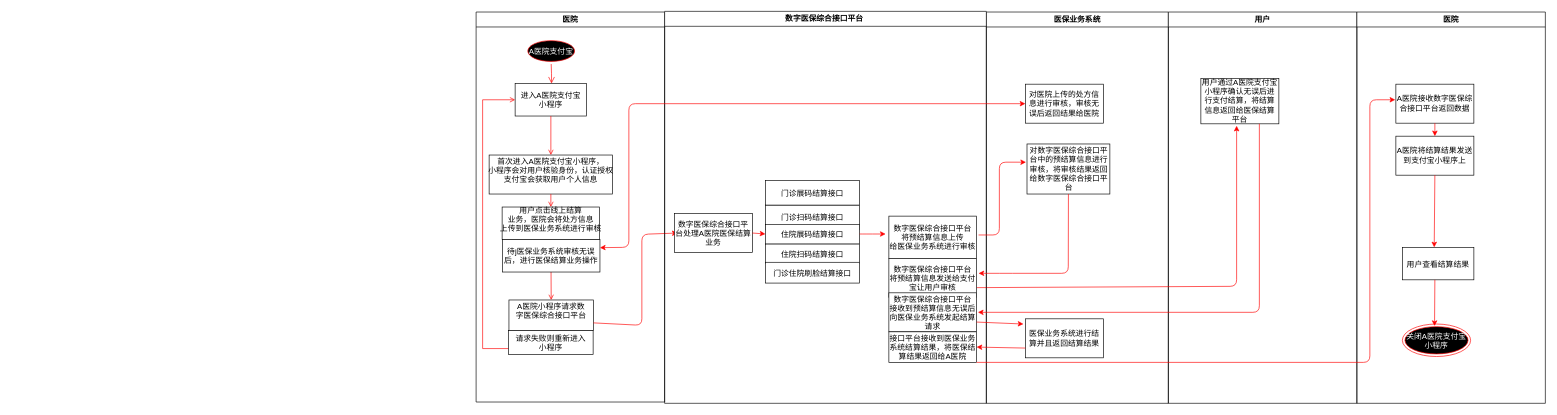
yangyutf/Springscxx keeps this draw.io diagram as scis-master/Untitled Diagram.drawio. Above is the earlier version. Source tidied: cells renumbered, new cells numbered last; positions are measured from the earlier drawing's top-left corner, leaving out a move shared by most shapes. Both pictures are drawn from the tidied source at 65%, with x=0, y=0 at pixel (476, 11).
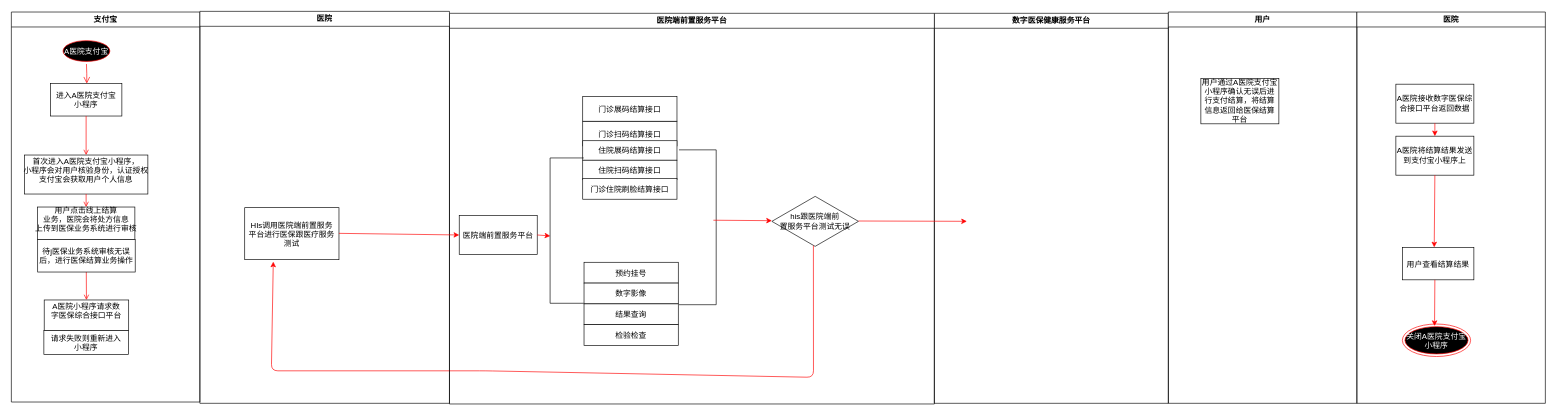
Above is the later version.

Unchanged cells that the change refers to:
```xml
<mxCell id="5" value="进入A医院支付宝&#10;小程序" parent="2" vertex="1">
  <mxGeometry x="60" y="110" width="110" height="50" as="geometry" />
</mxCell>
<mxCell id="8" value="A医院小程序请求数&#10;字医保综合接口平台&#10;" parent="2" vertex="1">
  <mxGeometry x="50.5" y="443" width="130" height="47" as="geometry" />
</mxCell>
<mxCell id="11" value="请求失败则重新进入&#10;小程序" parent="2" vertex="1">
  <mxGeometry x="50" y="490" width="130" height="37" as="geometry" />
</mxCell>
<mxCell id="15" value="待j医保业务系统审核无误&#10;后，进行医保结算业务操作" parent="2" vertex="1">
  <mxGeometry x="40.5" y="350" width="150" height="50" as="geometry" />
</mxCell>
<mxCell id="21" value="用户" style="swimlane;whiteSpace=wrap;" parent="1" vertex="1">
  <mxGeometry x="1065" y="1" width="290" height="602" as="geometry" />
</mxCell>
<mxCell id="41" value="&lt;font color=&quot;#000000&quot;&gt;A医院接收数字医保综合接口平台返回数据&lt;/font&gt;" style="whiteSpace=wrap;html=1;fontColor=#FFFFFF;" parent="38" vertex="1">
  <mxGeometry x="60" y="111" width="120" height="60" as="geometry" />
</mxCell>
<mxCell id="47" value="&lt;font color=&quot;#000000&quot;&gt;用户通过A医院支付宝小程序确认无误后进行支付结算，将结算信息返回给医保结算&lt;br&gt;平台&lt;br&gt;&lt;/font&gt;" style="whiteSpace=wrap;html=1;fontColor=#FFFFFF;" parent="1" vertex="1">
  <mxGeometry x="1115" y="103" width="120" height="70" as="geometry" />
</mxCell>
```

The edit, as a diff of the source:
```diff
@@
-    <mxCell id="2" value="医院" style="swimlane;whiteSpace=wrap;startSize=23;" parent="1" vertex="1">
-      <mxGeometry y="1" width="290" height="600" as="geometry" />
+    <mxCell id="2" value="支付宝" style="swimlane;whiteSpace=wrap;startSize=23;" parent="1" vertex="1">
+      <mxGeometry x="-715" y="1" width="290" height="600" as="geometry" />
     </mxCell>
@@
-    <mxCell id="10" style="edgeStyle=elbowEdgeStyle;elbow=horizontal;strokeColor=#FF0000;endArrow=open;endFill=1;rounded=0;exitX=0;exitY=0.75;exitDx=0;exitDy=0;" parent="2" edge="1" source="11" target="5">
-      <mxGeometry relative="1" as="geometry">
-        <Array as="points">
-          <mxPoint x="10" y="460" />
-          <mxPoint x="10" y="323" />
-          <mxPoint x="36" y="362" />
-          <mxPoint x="36" y="352" />
-          <mxPoint x="30" y="362" />
-          <mxPoint x="30" y="250" />
-        </Array>
-      </mxGeometry>
-    </mxCell>
@@
-    <mxCell id="14" style="endArrow=classic;html=1;strokeColor=#FF0000;fontColor=#FFFFFF;exitX=1;exitY=0.75;exitDx=0;exitDy=0;" parent="2" edge="1" source="8">
-      <mxGeometry relative="1" as="geometry">
-        <mxPoint x="310" y="340" as="targetPoint" />
-        <Array as="points">
-          <mxPoint x="255" y="482" />
-          <mxPoint x="255" y="342" />
-        </Array>
-      </mxGeometry>
-    </mxCell>
@@
-    <mxCell id="16" value="医保业务系统" style="swimlane;whiteSpace=wrap;" parent="1" vertex="1">
-      <mxGeometry x="785" y="1" width="280" height="602" as="geometry" />
+    <mxCell id="16" value="数字医保健康服务平台" style="swimlane;whiteSpace=wrap;" parent="1" vertex="1">
+      <mxGeometry x="705" y="3" width="360" height="600" as="geometry" />
     </mxCell>
-    <mxCell id="17" value="&lt;font color=&quot;#000000&quot;&gt;对医院上传的处方信息进行审核，审核无误后返回结果给医院&lt;/font&gt;" style="whiteSpace=wrap;html=1;fontColor=#FFFFFF;" parent="16" vertex="1">
-      <mxGeometry x="60" y="111" width="120" height="60" as="geometry" />
-    </mxCell>
-    <mxCell id="18" style="endArrow=classic;html=1;strokeColor=#FF0000;fontColor=#FFFFFF;exitX=0.5;exitY=1;exitDx=0;exitDy=0;entryX=0.5;entryY=0;entryDx=0;entryDy=0;" parent="16" edge="1" source="17">
+    <mxCell id="18" style="endArrow=classic;html=1;strokeColor=#FF0000;fontColor=#FFFFFF;exitX=0.5;exitY=1;exitDx=0;exitDy=0;entryX=0.5;entryY=0;entryDx=0;entryDy=0;" parent="16" edge="1">
       <mxGeometry relative="1" as="geometry">
+        <mxPoint x="120" y="171" as="sourcePoint" />
         <mxPoint x="120" y="171" as="targetPoint" />
       </mxGeometry>
     </mxCell>
-    <mxCell id="19" value="&lt;font color=&quot;#000000&quot;&gt;对数字医保综合接口平台中的预结算信息进行审核，将审核结果返回给数字医保综合接口平台&lt;br&gt;&lt;/font&gt;" style="whiteSpace=wrap;html=1;fontColor=#FFFFFF;" parent="16" vertex="1">
-      <mxGeometry x="62.5" y="203" width="127.5" height="77" as="geometry" />
-    </mxCell>
-    <mxCell id="20" value="&lt;font color=&quot;#000000&quot;&gt;医保业务系统进行结算并且返回结算结果&lt;/font&gt;" style="whiteSpace=wrap;html=1;fontColor=#FFFFFF;" parent="16" vertex="1">
-      <mxGeometry x="60" y="472" width="120" height="60" as="geometry" />
-    </mxCell>
@@
-    <mxCell id="22" style="endArrow=classic;html=1;strokeColor=#FF0000;fontColor=#FFFFFF;exitX=1;exitY=0.75;exitDx=0;exitDy=0;" parent="21" edge="1" source="34">
-      <mxGeometry relative="1" as="geometry">
-        <mxPoint x="105" y="175" as="targetPoint" />
-        <Array as="points">
-          <mxPoint x="105" y="422" />
-        </Array>
-      </mxGeometry>
-    </mxCell>
-    <mxCell id="23" style="edgeStyle=orthogonalEdgeStyle;rounded=0;jettySize=auto;html=1;exitX=0;exitY=0.25;exitDx=0;exitDy=0;strokeColor=#FF0000;fontColor=#FFFFFF;" parent="1" edge="1" source="24">
-      <mxGeometry relative="1" as="geometry">
-        <mxPoint x="290" y="151" as="targetPoint" />
-      </mxGeometry>
-    </mxCell>
-    <mxCell id="24" value="数字医保综合接口平台 " style="swimlane;whiteSpace=wrap;" parent="1" vertex="1">
-      <mxGeometry x="290" width="495" height="603" as="geometry" />
+    <mxCell id="24" value="医院端前置服务平台" style="swimlane;whiteSpace=wrap;" parent="1" vertex="1">
+      <mxGeometry x="-41" y="3" width="746" height="601" as="geometry" />
     </mxCell>
     <mxCell id="25" value="门诊扫码结算接口" parent="24" vertex="1">
-      <mxGeometry x="155" y="298" width="145" height="38" as="geometry" />
+      <mxGeometry x="205" y="166" width="145" height="38" as="geometry" />
     </mxCell>
     <mxCell id="26" value="住院展码结算接口" parent="24" vertex="1">
-      <mxGeometry x="155" y="328" width="145" height="30" as="geometry" />
+      <mxGeometry x="205" y="196" width="145" height="30" as="geometry" />
     </mxCell>
     <mxCell id="27" value="住院扫码结算接口" parent="24" vertex="1">
-      <mxGeometry x="155" y="358" width="145" height="30" as="geometry" />
+      <mxGeometry x="205" y="226" width="145" height="30" as="geometry" />
     </mxCell>
     <mxCell id="28" value="门诊住院刷脸结算接口" parent="24" vertex="1">
-      <mxGeometry x="155" y="386" width="145" height="32" as="geometry" />
+      <mxGeometry x="205" y="254" width="145" height="32" as="geometry" />
     </mxCell>
-    <mxCell id="29" value="数字医保综合接口平台&#10;将预结算信息上传&#10;给医保业务系统进行审核" parent="24" vertex="1">
-      <mxGeometry x="345" y="315" width="135" height="65" as="geometry" />
-    </mxCell>
     <mxCell id="30" value="门诊展码结算接口" parent="24" vertex="1">
-      <mxGeometry x="155" y="260" width="145" height="38" as="geometry" />
+      <mxGeometry x="205" y="128" width="145" height="38" as="geometry" />
     </mxCell>
-    <mxCell id="31" style="endArrow=classic;html=1;strokeColor=#FF0000;fontColor=#FFFFFF;" parent="24" edge="1">
-      <mxGeometry relative="1" as="geometry">
-        <mxPoint x="300" y="342.5" as="sourcePoint" />
-        <mxPoint x="340" y="342.5" as="targetPoint" />
-        <Array as="points">
-          <mxPoint x="310" y="342.5" />
-        </Array>
-      </mxGeometry>
-    </mxCell>
-    <mxCell id="32" value="数字医保综合接口平&#10;台处理A医院医保结算&#10;业务" parent="24" vertex="1">
+    <mxCell id="32" value="医院端前置服务平台" parent="24" vertex="1">
       <mxGeometry x="15" y="311" width="120" height="60" as="geometry" />
     </mxCell>
@@
-    <mxCell id="34" value="数字医保综合接口平台&#10;将预结算信息发送给支付&#10;宝让用户审核" parent="24" vertex="1">
-      <mxGeometry x="345" y="380" width="135" height="60" as="geometry" />
-    </mxCell>
-    <mxCell id="35" value="数字医保综合接口平台&#10;接收到预结算信息无误后&#10;向医保业务系统发起结算&#10;请求" parent="24" vertex="1">
-      <mxGeometry x="345" y="433" width="135" height="60" as="geometry" />
-    </mxCell>
-    <mxCell id="36" value="&lt;font color=&quot;#000000&quot;&gt;接口平台接收到医保业务系统结算结果，将医保结算结果返回给A医院&lt;/font&gt;" style="whiteSpace=wrap;html=1;fontColor=#FFFFFF;" parent="24" vertex="1">
-      <mxGeometry x="345" y="493" width="135" height="47" as="geometry" />
-    </mxCell>
-    <mxCell id="37" style="endArrow=classic;html=1;strokeColor=#FF0000;fontColor=#FFFFFF;entryX=-0.012;entryY=0.364;entryDx=0;entryDy=0;entryPerimeter=0;" parent="1" edge="1" target="19">
-      <mxGeometry relative="1" as="geometry">
-        <mxPoint x="773" y="344" as="sourcePoint" />
-        <Array as="points">
-          <mxPoint x="805" y="344" />
-          <mxPoint x="805" y="232" />
-        </Array>
-      </mxGeometry>
-    </mxCell>
+    <mxCell id="53" value="预约挂号" parent="24" vertex="1">
+      <mxGeometry x="207" y="383" width="145" height="32" as="geometry" />
+    </mxCell>
+    <mxCell id="54" value="数字影像" parent="24" vertex="1">
+      <mxGeometry x="207" y="415" width="145" height="32" as="geometry" />
+    </mxCell>
+    <mxCell id="55" value="结果查询" parent="24" vertex="1">
+      <mxGeometry x="207" y="447" width="145" height="32" as="geometry" />
+    </mxCell>
+    <mxCell id="56" value="检验检查" parent="24" vertex="1">
+      <mxGeometry x="207" y="479" width="145" height="32" as="geometry" />
+    </mxCell>
+    <mxCell id="57" style="shape=partialRectangle;whiteSpace=wrap;html=1;bottom=1;right=1;left=1;top=0;fillColor=none;routingCenterX=-0.5;rotation=90;" parent="24" vertex="1">
+      <mxGeometry x="68.5" y="308.8" width="223.6" height="51" as="geometry" />
+    </mxCell>
+    <mxCell id="58" style="shape=partialRectangle;whiteSpace=wrap;html=1;bottom=1;right=1;left=1;top=0;fillColor=none;routingCenterX=-0.5;rotation=-90;" parent="24" vertex="1">
+      <mxGeometry x="263" y="300.9" width="238.2" height="56.5" as="geometry" />
+    </mxCell>
+    <mxCell id="59" value="his跟医院端前&lt;br&gt;置服务平台测试无误" style="html=1;whiteSpace=wrap;shape=isoRectangle;" parent="24" vertex="1">
+      <mxGeometry x="496" y="280.1" width="133.2" height="79.9" as="geometry" />
+    </mxCell>
+    <mxCell id="60" style="endArrow=classic;html=1;strokeColor=#FF0000;fontColor=#FFFFFF;" parent="24" edge="1">
+      <mxGeometry relative="1" as="geometry">
+        <mxPoint x="406" y="318.3" as="sourcePoint" />
+        <mxPoint x="496" y="319" as="targetPoint" />
+      </mxGeometry>
+    </mxCell>
+    <mxCell id="61" style="endArrow=classic;html=1;strokeColor=#FF0000;fontColor=#FFFFFF;entryX=0.303;entryY=1.038;entryDx=0;entryDy=0;entryPerimeter=0;" parent="24" edge="1" target="64">
+      <mxGeometry relative="1" as="geometry">
+        <mxPoint x="559.9" y="357.4" as="sourcePoint" />
+        <Array as="points">
+          <mxPoint x="560" y="560" />
+          <mxPoint x="56" y="550" />
+          <mxPoint x="-274" y="550" />
+        </Array>
+      </mxGeometry>
+    </mxCell>
+    <mxCell id="62" style="endArrow=classic;html=1;strokeColor=#FF0000;fontColor=#FFFFFF;" parent="24" edge="1">
+      <mxGeometry relative="1" as="geometry">
+        <mxPoint x="629.2" y="319.5" as="sourcePoint" />
+        <mxPoint x="796" y="320" as="targetPoint" />
+      </mxGeometry>
+    </mxCell>
@@
-    <mxCell id="46" style="endArrow=classic;html=1;strokeColor=#FF0000;fontColor=#FFFFFF;exitX=0.5;exitY=1;exitDx=0;exitDy=0;" parent="1" edge="1" source="19">
-      <mxGeometry relative="1" as="geometry">
-        <mxPoint x="773" y="403" as="targetPoint" />
-        <Array as="points">
-          <mxPoint x="911" y="403" />
-          <mxPoint x="815" y="403" />
-        </Array>
-      </mxGeometry>
-    </mxCell>
@@
-    <mxCell id="48" style="endArrow=classic;html=1;strokeColor=#FF0000;fontColor=#FFFFFF;exitX=0.75;exitY=1;exitDx=0;exitDy=0;" parent="1" edge="1" source="47">
-      <mxGeometry relative="1" as="geometry">
-        <mxPoint x="772" y="463" as="targetPoint" />
-        <Array as="points">
-          <mxPoint x="1205" y="463" />
-        </Array>
-      </mxGeometry>
-    </mxCell>
-    <mxCell id="49" style="endArrow=classic;html=1;strokeColor=#FF0000;fontColor=#FFFFFF;exitX=1;exitY=0.75;exitDx=0;exitDy=0;" parent="1" edge="1" source="35">
-      <mxGeometry relative="1" as="geometry">
-        <mxPoint x="842" y="481" as="targetPoint" />
-      </mxGeometry>
-    </mxCell>
-    <mxCell id="50" style="endArrow=classic;html=1;strokeColor=#FF0000;fontColor=#FFFFFF;exitX=0;exitY=0.75;exitDx=0;exitDy=0;entryX=1;entryY=0.5;entryDx=0;entryDy=0;" parent="1" edge="1" source="20" target="36">
-      <mxGeometry relative="1" as="geometry" />
-    </mxCell>
-    <mxCell id="51" style="endArrow=classic;html=1;strokeColor=#FF0000;fontColor=#FFFFFF;exitX=1;exitY=1;exitDx=0;exitDy=0;entryX=-0.008;entryY=0.4;entryDx=0;entryDy=0;entryPerimeter=0;" parent="1" edge="1" source="36" target="41">
-      <mxGeometry relative="1" as="geometry">
-        <Array as="points">
-          <mxPoint x="1375" y="540" />
-          <mxPoint x="1375" y="136" />
-        </Array>
-      </mxGeometry>
-    </mxCell>
-    <mxCell id="52" style="endArrow=classic;startArrow=classic;html=1;strokeColor=#FF0000;fontColor=#FFFFFF;entryX=0;entryY=0.5;entryDx=0;entryDy=0;exitX=1;exitY=0.25;exitDx=0;exitDy=0;" parent="1" edge="1" source="15" target="17">
-      <mxGeometry relative="1" as="geometry">
-        <Array as="points">
-          <mxPoint x="235" y="363" />
-          <mxPoint x="235" y="142" />
-        </Array>
-      </mxGeometry>
-    </mxCell>
+    <mxCell id="63" value="医院" style="swimlane;whiteSpace=wrap;" parent="1" vertex="1">
+      <mxGeometry x="-425" width="384" height="603" as="geometry" />
+    </mxCell>
+    <mxCell id="64" value="HIs调用医院端前置服务&#10;平台进行医保跟医疗服务&#10;测试" parent="63" vertex="1">
+      <mxGeometry x="69" y="302" width="145" height="80" as="geometry" />
+    </mxCell>
+    <mxCell id="65" style="endArrow=classic;html=1;strokeColor=#FF0000;fontColor=#FFFFFF;entryX=0;entryY=0.5;entryDx=0;entryDy=0;" parent="63" edge="1" target="32">
+      <mxGeometry relative="1" as="geometry">
+        <mxPoint x="214" y="341.5" as="sourcePoint" />
+      </mxGeometry>
+    </mxCell>
```
